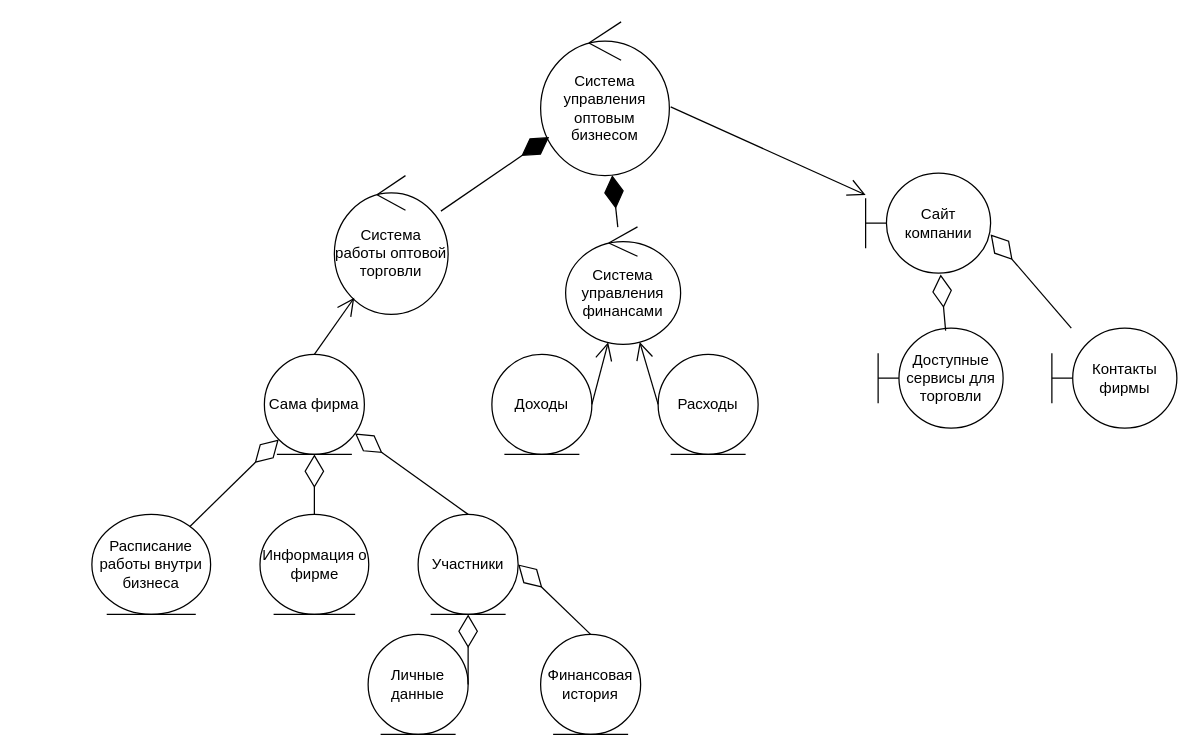
Above: 5656565.drawio in Helpmepleaseitishard/Aikms (draw.io), before the change. Source tidied: cells renumbered, new cells numbered last; positions are measured from the earlier drawing's top-left corner, leaving out a move shared by most shapes. Both pictures are drawn from the tidied source at 125%, with x=0, y=0 at pixel (91, 21).
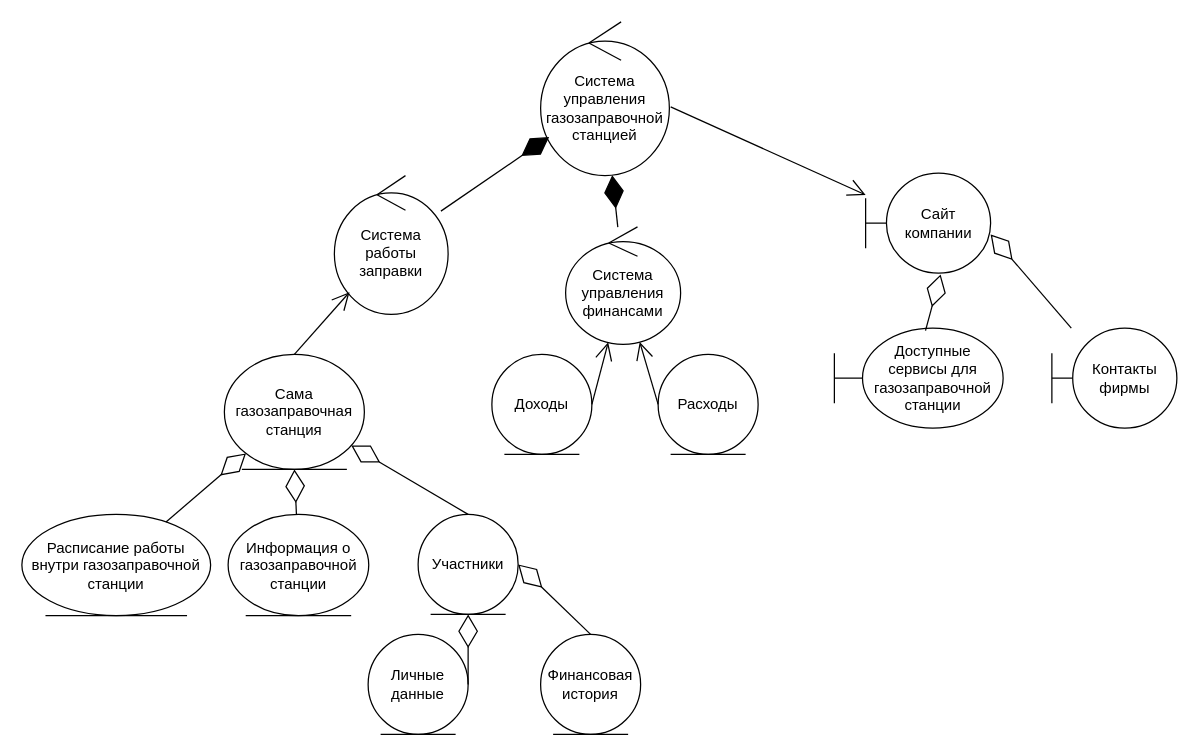
The same diagram, later.

What changed in the source:
```diff
@@
-    <mxCell id="2" value="Система управления оптовым бизнесом" style="ellipse;shape=umlControl;whiteSpace=wrap;html=1;" parent="1" vertex="1">
+    <mxCell id="2" value="Система управления газозаправочной станцией" style="ellipse;shape=umlControl;whiteSpace=wrap;html=1;" parent="1" vertex="1">
       <mxGeometry x="359" width="103" height="123" as="geometry" />
     </mxCell>
-    <mxCell id="3" value="Система работы оптовой торговли" style="ellipse;shape=umlControl;whiteSpace=wrap;html=1;" parent="1" vertex="1">
+    <mxCell id="3" value="Система работы заправки" style="ellipse;shape=umlControl;whiteSpace=wrap;html=1;" parent="1" vertex="1">
       <mxGeometry x="194" y="123" width="91" height="111" as="geometry" />
     </mxCell>
@@
-    <mxCell id="8" value="Доступные сервисы для торговли" style="shape=umlBoundary;whiteSpace=wrap;html=1;" parent="1" vertex="1">
-      <mxGeometry x="629" y="245" width="100" height="80" as="geometry" />
+    <mxCell id="8" value="Доступные сервисы для газозаправочной станции" style="shape=umlBoundary;whiteSpace=wrap;html=1;" parent="1" vertex="1">
+      <mxGeometry x="594" y="245" width="135" height="80" as="geometry" />
     </mxCell>
@@
-    <mxCell id="10" value="Сама фирма" style="ellipse;shape=umlEntity;whiteSpace=wrap;html=1;" parent="1" vertex="1">
-      <mxGeometry x="138" y="266" width="80" height="80" as="geometry" />
+    <mxCell id="10" value="Сама газозаправочная станция" style="ellipse;shape=umlEntity;whiteSpace=wrap;html=1;" parent="1" vertex="1">
+      <mxGeometry x="106" y="266" width="112" height="92" as="geometry" />
     </mxCell>
-    <mxCell id="11" value="Расписание работы внутри бизнеса" style="ellipse;shape=umlEntity;whiteSpace=wrap;html=1;" parent="1" vertex="1">
-      <mxGeometry y="394" width="95" height="80" as="geometry" />
+    <mxCell id="11" value="Расписание работы внутри газозаправочной станции" style="ellipse;shape=umlEntity;whiteSpace=wrap;html=1;" parent="1" vertex="1">
+      <mxGeometry x="-56" y="394" width="151" height="81" as="geometry" />
     </mxCell>
-    <mxCell id="12" value="Информация о фирме" style="ellipse;shape=umlEntity;whiteSpace=wrap;html=1;" parent="1" vertex="1">
-      <mxGeometry x="134.5" y="394" width="87" height="80" as="geometry" />
+    <mxCell id="12" value="Информация о газозаправочной станции" style="ellipse;shape=umlEntity;whiteSpace=wrap;html=1;" parent="1" vertex="1">
+      <mxGeometry x="109" y="394" width="112.5" height="81" as="geometry" />
     </mxCell>
```
